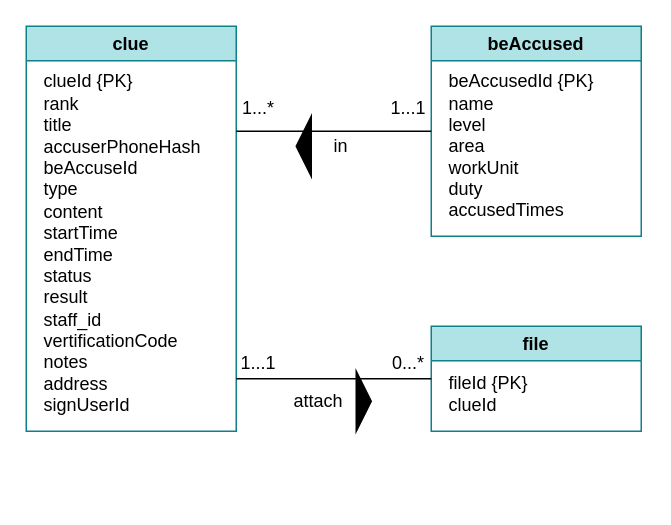
Before: db.drawio in jiang-111/crispy-parakeet, a draw.io diagram. Source tidied: cells renumbered, new cells numbered last; positions are measured from the earlier drawing's top-left corner, leaving out a move shared by most shapes. Both pictures are drawn from the tidied source at 150%, with x=0, y=0 at pixel (26, 26).
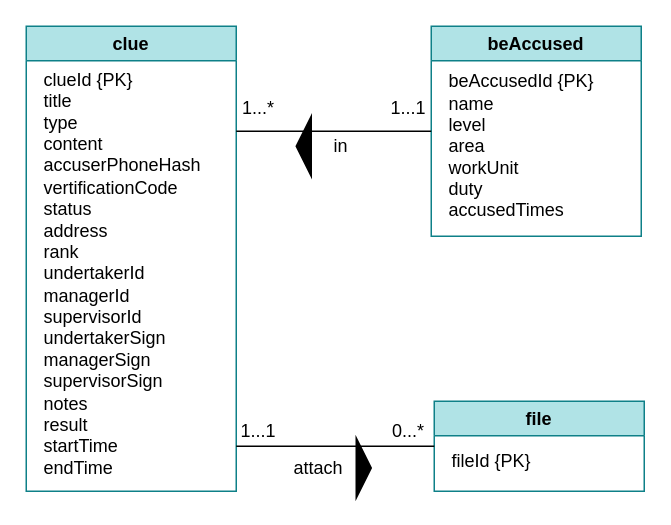
After the change.

Diff of the diagram source:
```diff
@@
     <mxCell id="2" value="clue" style="swimlane;fillColor=#b0e3e6;strokeColor=#0e8088;" parent="1" vertex="1">
-      <mxGeometry width="140" height="270" as="geometry" />
+      <mxGeometry width="140" height="310" as="geometry" />
     </mxCell>
-    <mxCell id="3" value="clueId {PK}&lt;br&gt;rank&lt;br&gt;&lt;div style=&quot;&quot;&gt;title&lt;/div&gt;&lt;div style=&quot;&quot;&gt;accuserPhoneHash&lt;/div&gt;&lt;div style=&quot;&quot;&gt;beAccuseId&lt;/div&gt;&lt;div style=&quot;&quot;&gt;type&lt;/div&gt;&lt;div style=&quot;&quot;&gt;content&lt;/div&gt;&lt;div style=&quot;&quot;&gt;startTime&lt;/div&gt;&lt;div style=&quot;&quot;&gt;endTime&lt;/div&gt;&lt;div style=&quot;&quot;&gt;status&lt;/div&gt;&lt;div style=&quot;&quot;&gt;result&lt;/div&gt;&lt;div style=&quot;&quot;&gt;staff_id&lt;/div&gt;&lt;div style=&quot;&quot;&gt;vertificationCode&lt;/div&gt;&lt;div style=&quot;&quot;&gt;notes&lt;/div&gt;&lt;div style=&quot;&quot;&gt;address&lt;/div&gt;&lt;div style=&quot;&quot;&gt;signUserId&lt;/div&gt;" style="text;html=1;align=left;verticalAlign=middle;strokeColor=none;fillColor=none;" parent="2" vertex="1">
-      <mxGeometry x="10" y="30" width="120" height="230" as="geometry" />
+    <mxCell id="3" value="clueId {PK}&lt;br&gt;&lt;div style=&quot;&quot;&gt;title&lt;/div&gt;&lt;div style=&quot;&quot;&gt;type&lt;br&gt;&lt;/div&gt;&lt;div style=&quot;&quot;&gt;content&lt;br&gt;&lt;/div&gt;&lt;div style=&quot;&quot;&gt;accuserPhoneHash&lt;/div&gt;&lt;div style=&quot;&quot;&gt;&lt;div&gt;vertificationCode&lt;/div&gt;&lt;div&gt;status&lt;br&gt;&lt;/div&gt;&lt;div&gt;&lt;div&gt;address&lt;/div&gt;&lt;/div&gt;&lt;div&gt;rank&lt;br&gt;&lt;/div&gt;&lt;div&gt;&lt;div&gt;undertakerId&lt;/div&gt;&lt;div&gt;managerId&lt;/div&gt;&lt;div&gt;supervisorId&lt;/div&gt;&lt;div&gt;undertakerSign&lt;br&gt;&lt;/div&gt;&lt;div&gt;managerSign&lt;/div&gt;&lt;div&gt;supervisorSign&lt;/div&gt;&lt;div&gt;notes&lt;/div&gt;&lt;/div&gt;&lt;div&gt;result&lt;br&gt;&lt;/div&gt;&lt;/div&gt;&lt;div style=&quot;&quot;&gt;startTime&lt;/div&gt;&lt;div style=&quot;&quot;&gt;endTime&lt;/div&gt;" style="text;html=1;align=left;verticalAlign=middle;strokeColor=none;fillColor=none;" parent="2" vertex="1">
+      <mxGeometry x="10" y="30" width="120" height="270" as="geometry" />
     </mxCell>
     <mxCell id="4" value="file" style="swimlane;fillColor=#b0e3e6;strokeColor=#0e8088;" parent="1" vertex="1">
-      <mxGeometry x="270" y="200" width="140" height="70" as="geometry" />
+      <mxGeometry x="272" y="250" width="140" height="60" as="geometry" />
     </mxCell>
-    <mxCell id="5" value="fileId {PK}&lt;br&gt;clueId" style="text;html=1;align=left;verticalAlign=middle;strokeColor=none;fillColor=none;" parent="4" vertex="1">
-      <mxGeometry x="10" y="30" width="70" height="30" as="geometry" />
+    <mxCell id="5" value="fileId {PK}" style="text;html=1;align=left;verticalAlign=middle;strokeColor=none;fillColor=none;" parent="4" vertex="1">
+      <mxGeometry x="10" y="30" width="70" height="20" as="geometry" />
     </mxCell>
@@
     <mxCell id="11" style="endArrow=none;html=1;rounded=0;elbow=vertical;entryX=0;entryY=0.5;entryDx=0;entryDy=0;" parent="1" edge="1" target="4">
       <mxGeometry relative="1" as="geometry">
-        <mxPoint x="140" y="235" as="sourcePoint" />
+        <mxPoint x="140" y="280" as="sourcePoint" />
       </mxGeometry>
     </mxCell>
     <mxCell id="12" value="1...1" style="text;html=1;strokeColor=none;fillColor=none;align=center;verticalAlign=middle;whiteSpace=wrap;rounded=0;" parent="1" vertex="1">
-      <mxGeometry x="140" y="220" width="30" height="10" as="geometry" />
+      <mxGeometry x="140" y="264.5" width="30" height="10" as="geometry" />
     </mxCell>
     <mxCell id="13" value="0...*" style="text;html=1;strokeColor=none;fillColor=none;align=center;verticalAlign=middle;whiteSpace=wrap;rounded=0;" parent="1" vertex="1">
-      <mxGeometry x="240" y="220" width="30" height="10" as="geometry" />
+      <mxGeometry x="240" y="264.5" width="30" height="10" as="geometry" />
     </mxCell>
     <mxCell id="14" value="attach" style="text;html=1;strokeColor=none;fillColor=none;align=center;verticalAlign=middle;whiteSpace=wrap;rounded=0;" parent="1" vertex="1">
-      <mxGeometry x="170" y="240" width="50" height="20" as="geometry" />
+      <mxGeometry x="170" y="290" width="50" height="10" as="geometry" />
     </mxCell>
@@
-    <mxCell id="17" style="shape=mxgraph.arrows2.wedgeArrow;html=1;fillColor=#000000;rounded=0;exitX=1;exitY=0.5;exitDx=0;exitDy=0;" parent="1" edge="1" source="14">
+    <mxCell id="17" style="shape=mxgraph.arrows2.wedgeArrow;html=1;fillColor=#000000;rounded=0;exitX=1;exitY=0.5;exitDx=0;exitDy=0;" parent="1" edge="1">
       <mxGeometry relative="1" as="geometry">
-        <mxPoint x="230" y="250" as="targetPoint" />
+        <mxPoint x="220" y="294.5" as="sourcePoint" />
+        <mxPoint x="230" y="294.5" as="targetPoint" />
       </mxGeometry>
     </mxCell>
```
